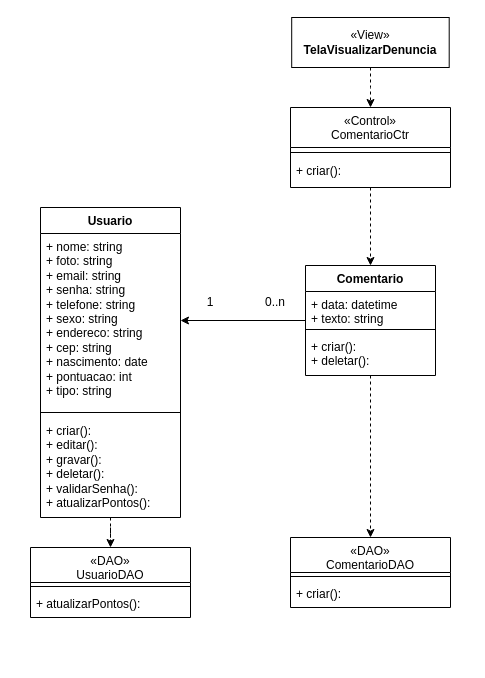
Before: Documentação/Diagramas/Diagramas de Casos de Uso/Diagrama de Caso de Uso Comentar.drawio in frsouzaa/Documentacao-TCC-NossaVia, a draw.io diagram. Source tidied: cells renumbered, new cells numbered last; positions are measured from the earlier drawing's top-left corner, leaving out a move shared by most shapes. Both pictures are drawn from the tidied source at 100%, with x=0, y=0 at pixel (30, 17).
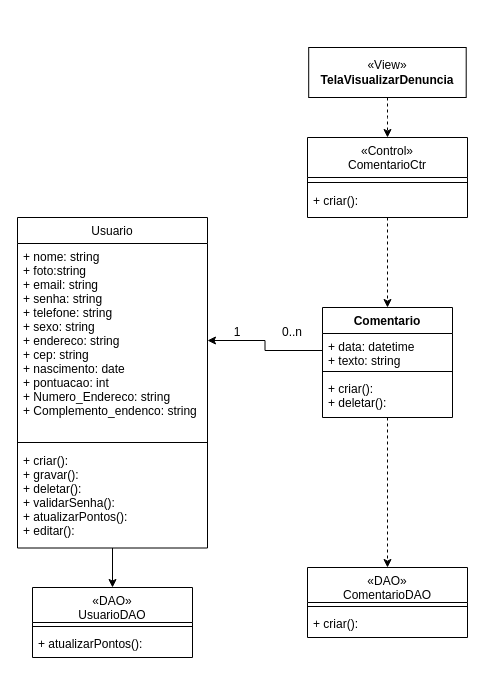
Above is the later version.

The change refers to these unchanged cells:
```xml
<mxCell id="24" value="+ data: datetime&lt;br&gt;+ texto: string" style="text;strokeColor=none;fillColor=none;align=left;verticalAlign=top;spacingLeft=4;spacingRight=4;overflow=hidden;points=[[0,0.5],[1,0.5]];portConstraint=eastwest;whiteSpace=wrap;html=1;" parent="23" vertex="1">
  <mxGeometry y="26" width="130" height="34" as="geometry" />
</mxCell>
```

Diff of the diagram source:
```diff
@@
     <mxCell id="3" value="«View»&lt;br&gt;&lt;b&gt;TelaVisualizarDenuncia&lt;br&gt;&lt;/b&gt;" style="html=1;whiteSpace=wrap;" parent="1" vertex="1">
-      <mxGeometry x="261.2" width="157.5" height="50" as="geometry" />
+      <mxGeometry x="278.2" y="30" width="157.5" height="50" as="geometry" />
     </mxCell>
@@
     <mxCell id="5" value="«Control»&#10;ComentarioCtr" style="swimlane;fontStyle=0;align=center;verticalAlign=top;horizontal=1;startSize=40;rounded=0;shadow=0;strokeWidth=1;" parent="1" vertex="1">
-      <mxGeometry x="260" y="90" width="160" height="80" as="geometry" />
+      <mxGeometry x="277" y="120" width="160" height="80" as="geometry" />
     </mxCell>
@@
-    <mxCell id="8" style="edgeStyle=orthogonalEdgeStyle;rounded=0;jettySize=auto;html=1;entryX=0.5;entryY=0;entryDx=0;entryDy=0;dashed=1;" parent="1" edge="1" source="9" target="17">
-      <mxGeometry relative="1" as="geometry" />
-    </mxCell>
-    <mxCell id="9" value="Usuario" style="swimlane;fontStyle=1;align=center;verticalAlign=top;horizontal=1;startSize=26;whiteSpace=wrap;html=1;" parent="1" vertex="1">
-      <mxGeometry x="10" y="190" width="140" height="310" as="geometry" />
-    </mxCell>
-    <mxCell id="10" value="+ nome: string&lt;div&gt;+ foto: string&lt;br&gt;&lt;div&gt;+ email: string&lt;div&gt;+ senha: string&lt;/div&gt;&lt;div&gt;+ telefone: string&lt;/div&gt;&lt;div&gt;+ sexo: string&lt;/div&gt;&lt;div&gt;&lt;div&gt;+ endereco: string&lt;/div&gt;&lt;div&gt;+ cep: string&lt;/div&gt;&lt;div&gt;+ nascimento: date&lt;/div&gt;&lt;div&gt;+ pontuacao: int&lt;/div&gt;&lt;div&gt;+ tipo&lt;span style=&quot;background-color: initial;&quot;&gt;: string&amp;nbsp;&lt;/span&gt;&lt;/div&gt;&lt;/div&gt;&lt;/div&gt;&lt;/div&gt;" style="text;strokeColor=none;fillColor=none;align=left;verticalAlign=top;spacingLeft=4;spacingRight=4;overflow=hidden;points=[[0,0.5],[1,0.5]];portConstraint=eastwest;whiteSpace=wrap;html=1;" parent="9" vertex="1">
-      <mxGeometry y="26" width="140" height="174" as="geometry" />
-    </mxCell>
-    <mxCell id="11" style="line;strokeWidth=1;fillColor=none;align=left;verticalAlign=middle;spacingTop=-1;spacingLeft=3;spacingRight=3;labelPosition=right;strokeColor=inherit;" parent="9" vertex="1">
-      <mxGeometry y="200" width="140" height="10" as="geometry" />
-    </mxCell>
-    <mxCell id="12" value="&lt;div&gt;&lt;span style=&quot;background-color: initial;&quot;&gt;+ criar():&amp;nbsp;&lt;/span&gt;&lt;br&gt;&lt;/div&gt;&lt;div&gt;&lt;span style=&quot;background-color: initial;&quot;&gt;+ editar():&lt;/span&gt;&lt;/div&gt;&lt;div&gt;&lt;span style=&quot;background-color: initial;&quot;&gt;+ gravar():&lt;/span&gt;&lt;/div&gt;&lt;div&gt;+ deletar():&amp;nbsp;&lt;span style=&quot;background-color: initial;&quot;&gt;&lt;br&gt;&lt;/span&gt;&lt;/div&gt;&lt;div&gt;+ validarSenha():&lt;br&gt;&lt;/div&gt;&lt;div&gt;+ atualizarPontos():&lt;/div&gt;" style="text;strokeColor=none;fillColor=none;align=left;verticalAlign=top;spacingLeft=4;spacingRight=4;overflow=hidden;whiteSpace=wrap;html=1;" parent="9" vertex="1">
-      <mxGeometry y="210" width="140" height="100" as="geometry" />
-    </mxCell>
@@
     <mxCell id="14" value="0..n" style="text;html=1;align=center;verticalAlign=middle;whiteSpace=wrap;rounded=0;" parent="1" vertex="1">
-      <mxGeometry x="215" y="270" width="60" height="30" as="geometry" />
+      <mxGeometry x="232" y="300" width="60" height="30" as="geometry" />
     </mxCell>
     <mxCell id="15" value="1" style="text;html=1;align=center;verticalAlign=middle;whiteSpace=wrap;rounded=0;" parent="1" vertex="1">
-      <mxGeometry x="150" y="270" width="60" height="30" as="geometry" />
+      <mxGeometry x="177" y="300" width="60" height="30" as="geometry" />
     </mxCell>
-    <mxCell id="16" style="edgeStyle=orthogonalEdgeStyle;rounded=0;jettySize=auto;html=1;entryX=1;entryY=0.5;entryDx=0;entryDy=0;exitX=0;exitY=0.5;exitDx=0;exitDy=0;" parent="1" edge="1" source="23" target="10">
-      <mxGeometry relative="1" as="geometry" />
-    </mxCell>
     <mxCell id="17" value="«DAO»&#10;UsuarioDAO&#10;" style="swimlane;fontStyle=0;align=center;verticalAlign=top;horizontal=1;startSize=35;rounded=0;shadow=0;strokeWidth=1;" parent="1" vertex="1">
-      <mxGeometry y="530" width="160" height="70" as="geometry" />
+      <mxGeometry x="2" y="570" width="160" height="70" as="geometry" />
     </mxCell>
-    <mxCell id="18" style="line;html=1;strokeWidth=1;align=left;verticalAlign=middle;spacingTop=-1;spacingLeft=3;spacingRight=3;labelPosition=right;" parent="17" vertex="1">
-      <mxGeometry y="35" width="160" height="8" as="geometry" />
-    </mxCell>
+    <mxCell id="27" style="line;html=1;strokeWidth=1;align=left;verticalAlign=middle;spacingTop=-1;spacingLeft=3;spacingRight=3;labelPosition=right;" parent="17" vertex="1">
+      <mxGeometry y="35" width="160" height="8" as="geometry" />
+    </mxCell>
@@
     <mxCell id="20" value="«DAO»&#10;ComentarioDAO&#10;" style="swimlane;fontStyle=0;align=center;verticalAlign=top;horizontal=1;startSize=35;rounded=0;shadow=0;strokeWidth=1;" parent="1" vertex="1">
-      <mxGeometry x="260" y="520" width="160" height="70" as="geometry" />
+      <mxGeometry x="277" y="550" width="160" height="70" as="geometry" />
     </mxCell>
-    <mxCell id="21" style="line;html=1;strokeWidth=1;align=left;verticalAlign=middle;spacingTop=-1;spacingLeft=3;spacingRight=3;labelPosition=right;" parent="20" vertex="1">
-      <mxGeometry y="35" width="160" height="8" as="geometry" />
-    </mxCell>
+    <mxCell id="28" style="line;html=1;strokeWidth=1;align=left;verticalAlign=middle;spacingTop=-1;spacingLeft=3;spacingRight=3;labelPosition=right;" parent="20" vertex="1">
+      <mxGeometry y="35" width="160" height="8" as="geometry" />
+    </mxCell>
@@
     <mxCell id="23" value="Comentario" style="swimlane;fontStyle=1;align=center;verticalAlign=top;horizontal=1;startSize=26;whiteSpace=wrap;html=1;" parent="1" vertex="1">
-      <mxGeometry x="275" y="248" width="130" height="110" as="geometry" />
+      <mxGeometry x="292" y="290" width="130" height="110" as="geometry" />
     </mxCell>
@@
+    <mxCell id="8" style="edgeStyle=orthogonalEdgeStyle;rounded=0;jettySize=auto;html=1;exitX=0.5;exitY=1;exitDx=0;exitDy=0;entryX=0.5;entryY=0;entryDx=0;entryDy=0;" parent="1" edge="1" source="9" target="17">
+      <mxGeometry relative="1" as="geometry" />
+    </mxCell>
+    <mxCell id="9" value="Usuario" style="swimlane;fontStyle=0;align=center;verticalAlign=top;horizontal=1;startSize=26;rounded=0;shadow=0;strokeWidth=1;" parent="1" vertex="1">
+      <mxGeometry x="-13" y="200" width="190" height="330.5" as="geometry" />
+    </mxCell>
+    <mxCell id="29" value="+ nome: string&#10;+ foto:string&#10;+ email: string&#10;+ senha: string&#10;+ telefone: string&#10;+ sexo: string&#10;+ endereco: string&#10;+ cep: string&#10;+ nascimento: date&#10;+ pontuacao: int&#10;+ Numero_Endereco: string &#10;+ Complemento_endenco: string" style="text;align=left;verticalAlign=top;spacingLeft=4;spacingRight=4;overflow=hidden;points=[[0,0.5],[1,0.5]];portConstraint=eastwest;" parent="9" vertex="1">
+      <mxGeometry y="26" width="190" height="194" as="geometry" />
+    </mxCell>
+    <mxCell id="30" style="line;html=1;strokeWidth=1;align=left;verticalAlign=middle;spacingTop=-1;spacingLeft=3;spacingRight=3;labelPosition=right;" parent="9" vertex="1">
+      <mxGeometry y="220" width="190" height="10" as="geometry" />
+    </mxCell>
+    <mxCell id="31" value="+ criar(): &#10;+ gravar():&#10;+ deletar(): &#10;+ validarSenha():&#10;+ atualizarPontos():&#10;+ editar():" style="text;align=left;verticalAlign=top;spacingLeft=4;spacingRight=4;overflow=hidden;" parent="9" vertex="1">
+      <mxGeometry y="230" width="190" height="92" as="geometry" />
+    </mxCell>
+    <mxCell id="32" style="edgeStyle=orthogonalEdgeStyle;rounded=0;jettySize=auto;html=1;exitX=0;exitY=0.5;exitDx=0;exitDy=0;entryX=1;entryY=0.5;entryDx=0;entryDy=0;" parent="1" edge="1" source="24" target="29">
+      <mxGeometry relative="1" as="geometry" />
+    </mxCell>
```
